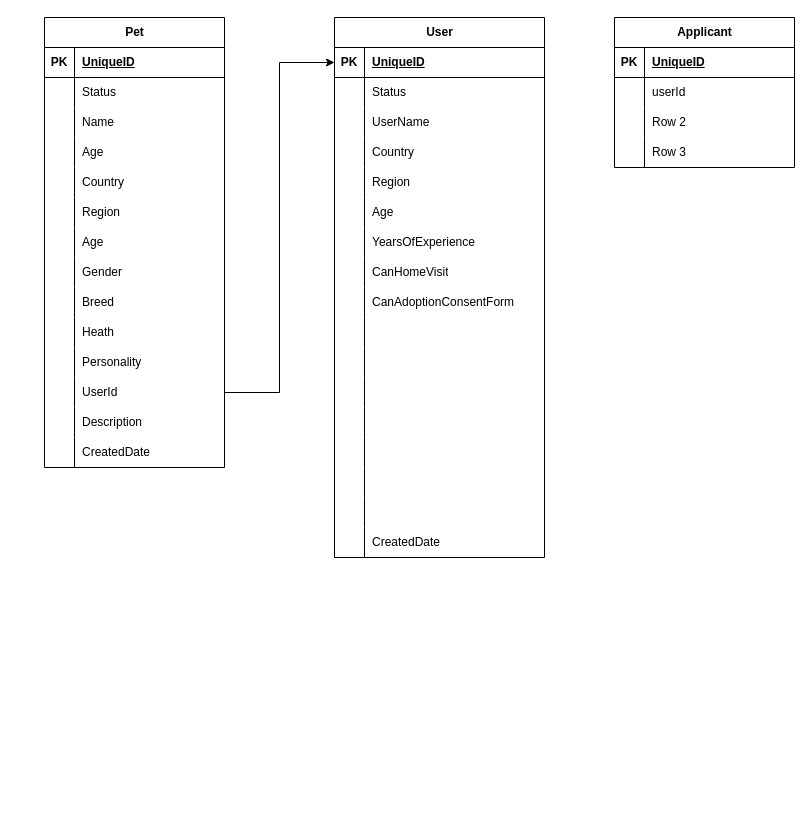
The draw.io diagram page "DB" (8 of 8) of MyApps/PetAdotion.drawio in vinceliao99/MyDiagrams, before the edit. Source tidied: cells renumbered, new cells numbered last; positions are measured from the earlier drawing's top-left corner, leaving out a move shared by most shapes. Both pictures are drawn from the tidied source at 100%, with x=0, y=0 at pixel (44, 17).
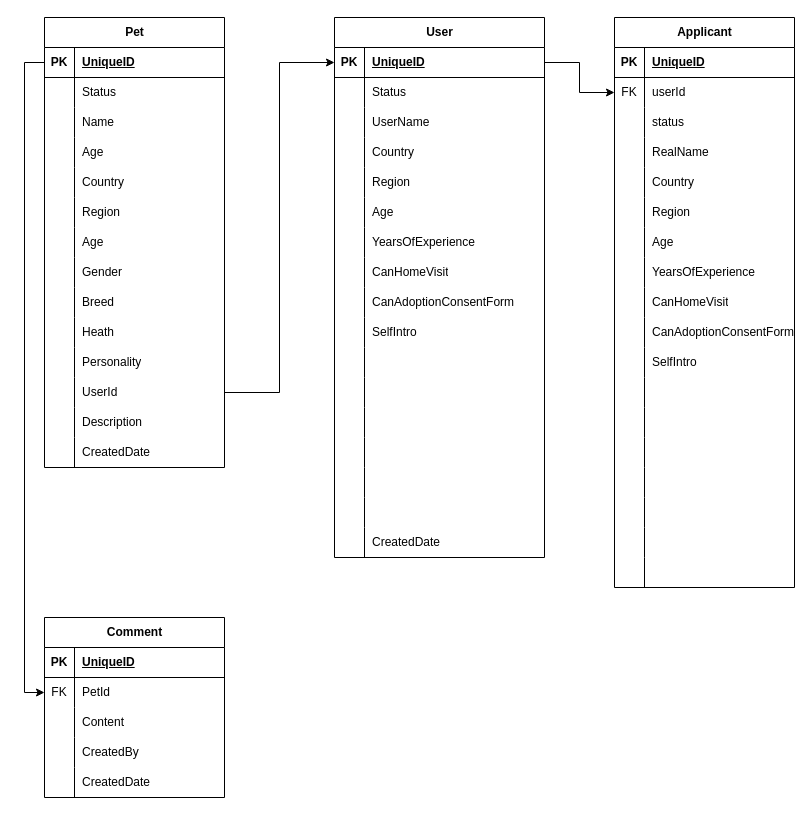
The same page after the edit.

The change refers to these unchanged cells:
```xml
<mxCell id="3" style="shape=tableRow;horizontal=0;startSize=0;swimlaneHead=0;swimlaneBody=0;fillColor=none;points=[[0,0.5],[1,0.5]];portConstraint=eastwest;top=0;left=0;right=0;bottom=1;" parent="2" vertex="1">
  <mxGeometry y="30" width="210" height="30" as="geometry" />
</mxCell>
<mxCell id="30" style="shape=tableRow;horizontal=0;startSize=0;swimlaneHead=0;swimlaneBody=0;fillColor=none;top=0;left=0;right=0;bottom=0;" parent="2" vertex="1">
  <mxGeometry y="300" width="210" height="30" as="geometry" />
</mxCell>
<mxCell id="59" style="shape=tableRow;horizontal=0;startSize=0;swimlaneHead=0;swimlaneBody=0;fillColor=none;points=[[0,0.5],[1,0.5]];portConstraint=eastwest;top=0;left=0;right=0;bottom=0;" parent="55" vertex="1">
  <mxGeometry y="60" width="180" height="30" as="geometry" />
</mxCell>
<mxCell id="69" style="shape=tableRow;horizontal=0;startSize=0;swimlaneHead=0;swimlaneBody=0;fillColor=none;points=[[0,0.5],[1,0.5]];portConstraint=eastwest;top=0;left=0;right=0;bottom=1;" parent="68" vertex="1">
  <mxGeometry y="30" width="180" height="30" as="geometry" />
</mxCell>
```

Diff of the diagram source:
```diff
@@
-    <mxCell id="32" style="shape=partialRectangle;fillColor=none;top=0;left=0;bottom=0;right=0;align=left;spacingLeft=6;overflow=hidden;whiteSpace=wrap;html=1;" parent="30" vertex="1">
+    <mxCell id="32" value="SelfIntro" style="shape=partialRectangle;fillColor=none;top=0;left=0;bottom=0;right=0;align=left;spacingLeft=6;overflow=hidden;whiteSpace=wrap;html=1;" parent="30" vertex="1">
       <mxGeometry x="30" width="180" height="30" as="geometry" />
     </mxCell>
@@
     <mxCell id="55" value="Applicant" style="shape=table;startSize=30;childLayout=tableLayout;rowLines=0;fontStyle=1;align=center;html=1;" parent="1" vertex="1">
-      <mxGeometry x="570" width="180" height="150" as="geometry" />
+      <mxGeometry x="570" width="180" height="570" as="geometry" />
     </mxCell>
@@
-    <mxCell id="60" style="shape=partialRectangle;fillColor=none;top=0;left=0;bottom=0;right=0;overflow=hidden;whiteSpace=wrap;html=1;" parent="59" vertex="1">
+    <mxCell id="60" value="FK" style="shape=partialRectangle;fillColor=none;top=0;left=0;bottom=0;right=0;overflow=hidden;whiteSpace=wrap;html=1;" parent="59" vertex="1">
       <mxGeometry width="30" height="30" as="geometry" />
     </mxCell>
@@
+    <mxCell id="111" style="shape=tableRow;horizontal=0;startSize=0;swimlaneHead=0;swimlaneBody=0;fillColor=none;top=0;left=0;right=0;bottom=0;" parent="55" vertex="1">
+      <mxGeometry y="90" width="180" height="30" as="geometry" />
+    </mxCell>
+    <mxCell id="112" style="shape=partialRectangle;fillColor=none;top=0;left=0;bottom=0;right=0;overflow=hidden;whiteSpace=wrap;html=1;" parent="111" vertex="1">
+      <mxGeometry width="30" height="30" as="geometry" />
+    </mxCell>
+    <mxCell id="113" value="status" style="shape=partialRectangle;fillColor=none;top=0;left=0;bottom=0;right=0;align=left;spacingLeft=6;overflow=hidden;whiteSpace=wrap;html=1;" parent="111" vertex="1">
+      <mxGeometry x="30" width="150" height="30" as="geometry" />
+    </mxCell>
     <mxCell id="62" style="shape=tableRow;horizontal=0;startSize=0;swimlaneHead=0;swimlaneBody=0;fillColor=none;top=0;left=0;right=0;bottom=0;" parent="55" vertex="1">
-      <mxGeometry y="90" width="180" height="30" as="geometry" />
+      <mxGeometry y="120" width="180" height="30" as="geometry" />
     </mxCell>
@@
-    <mxCell id="64" value="Row 2" style="shape=partialRectangle;fillColor=none;top=0;left=0;bottom=0;right=0;align=left;spacingLeft=6;overflow=hidden;whiteSpace=wrap;html=1;" parent="62" vertex="1">
+    <mxCell id="64" value="RealName" style="shape=partialRectangle;fillColor=none;top=0;left=0;bottom=0;right=0;align=left;spacingLeft=6;overflow=hidden;whiteSpace=wrap;html=1;" parent="62" vertex="1">
       <mxGeometry x="30" width="150" height="30" as="geometry" />
     </mxCell>
     <mxCell id="65" style="shape=tableRow;horizontal=0;startSize=0;swimlaneHead=0;swimlaneBody=0;fillColor=none;top=0;left=0;right=0;bottom=0;" parent="55" vertex="1">
-      <mxGeometry y="120" width="180" height="30" as="geometry" />
+      <mxGeometry y="150" width="180" height="30" as="geometry" />
     </mxCell>
@@
-    <mxCell id="67" value="Row 3" style="shape=partialRectangle;fillColor=none;top=0;left=0;bottom=0;right=0;align=left;spacingLeft=6;overflow=hidden;whiteSpace=wrap;html=1;" parent="65" vertex="1">
+    <mxCell id="67" value="Country" style="shape=partialRectangle;fillColor=none;top=0;left=0;bottom=0;right=0;align=left;spacingLeft=6;overflow=hidden;whiteSpace=wrap;html=1;" parent="65" vertex="1">
       <mxGeometry x="30" width="150" height="30" as="geometry" />
     </mxCell>
+    <mxCell id="114" style="shape=tableRow;horizontal=0;startSize=0;swimlaneHead=0;swimlaneBody=0;fillColor=none;top=0;left=0;right=0;bottom=0;" parent="55" vertex="1">
+      <mxGeometry y="180" width="180" height="30" as="geometry" />
+    </mxCell>
+    <mxCell id="115" style="shape=partialRectangle;fillColor=none;top=0;left=0;bottom=0;right=0;overflow=hidden;whiteSpace=wrap;html=1;" parent="114" vertex="1">
+      <mxGeometry width="30" height="30" as="geometry" />
+    </mxCell>
+    <mxCell id="116" value="Region" style="shape=partialRectangle;fillColor=none;top=0;left=0;bottom=0;right=0;align=left;spacingLeft=6;overflow=hidden;whiteSpace=wrap;html=1;" parent="114" vertex="1">
+      <mxGeometry x="30" width="150" height="30" as="geometry" />
+    </mxCell>
+    <mxCell id="117" style="shape=tableRow;horizontal=0;startSize=0;swimlaneHead=0;swimlaneBody=0;fillColor=none;top=0;left=0;right=0;bottom=0;" parent="55" vertex="1">
+      <mxGeometry y="210" width="180" height="30" as="geometry" />
+    </mxCell>
+    <mxCell id="118" style="shape=partialRectangle;fillColor=none;top=0;left=0;bottom=0;right=0;overflow=hidden;whiteSpace=wrap;html=1;" parent="117" vertex="1">
+      <mxGeometry width="30" height="30" as="geometry" />
+    </mxCell>
+    <mxCell id="119" value="Age" style="shape=partialRectangle;fillColor=none;top=0;left=0;bottom=0;right=0;align=left;spacingLeft=6;overflow=hidden;whiteSpace=wrap;html=1;" parent="117" vertex="1">
+      <mxGeometry x="30" width="150" height="30" as="geometry" />
+    </mxCell>
+    <mxCell id="120" style="shape=tableRow;horizontal=0;startSize=0;swimlaneHead=0;swimlaneBody=0;fillColor=none;top=0;left=0;right=0;bottom=0;" parent="55" vertex="1">
+      <mxGeometry y="240" width="180" height="30" as="geometry" />
+    </mxCell>
+    <mxCell id="121" style="shape=partialRectangle;fillColor=none;top=0;left=0;bottom=0;right=0;overflow=hidden;whiteSpace=wrap;html=1;" parent="120" vertex="1">
+      <mxGeometry width="30" height="30" as="geometry" />
+    </mxCell>
+    <mxCell id="122" value="YearsOfExperience" style="shape=partialRectangle;fillColor=none;top=0;left=0;bottom=0;right=0;align=left;spacingLeft=6;overflow=hidden;whiteSpace=wrap;html=1;" parent="120" vertex="1">
+      <mxGeometry x="30" width="150" height="30" as="geometry" />
+    </mxCell>
+    <mxCell id="123" style="shape=tableRow;horizontal=0;startSize=0;swimlaneHead=0;swimlaneBody=0;fillColor=none;top=0;left=0;right=0;bottom=0;" parent="55" vertex="1">
+      <mxGeometry y="270" width="180" height="30" as="geometry" />
+    </mxCell>
+    <mxCell id="124" style="shape=partialRectangle;fillColor=none;top=0;left=0;bottom=0;right=0;overflow=hidden;whiteSpace=wrap;html=1;" parent="123" vertex="1">
+      <mxGeometry width="30" height="30" as="geometry" />
+    </mxCell>
+    <mxCell id="125" value="CanHomeVisit" style="shape=partialRectangle;fillColor=none;top=0;left=0;bottom=0;right=0;align=left;spacingLeft=6;overflow=hidden;whiteSpace=wrap;html=1;" parent="123" vertex="1">
+      <mxGeometry x="30" width="150" height="30" as="geometry" />
+    </mxCell>
+    <mxCell id="126" style="shape=tableRow;horizontal=0;startSize=0;swimlaneHead=0;swimlaneBody=0;fillColor=none;top=0;left=0;right=0;bottom=0;" parent="55" vertex="1">
+      <mxGeometry y="300" width="180" height="30" as="geometry" />
+    </mxCell>
+    <mxCell id="127" style="shape=partialRectangle;fillColor=none;top=0;left=0;bottom=0;right=0;overflow=hidden;whiteSpace=wrap;html=1;" parent="126" vertex="1">
+      <mxGeometry width="30" height="30" as="geometry" />
+    </mxCell>
+    <mxCell id="128" value="CanAdoptionConsentForm" style="shape=partialRectangle;fillColor=none;top=0;left=0;bottom=0;right=0;align=left;spacingLeft=6;overflow=hidden;whiteSpace=wrap;html=1;" parent="126" vertex="1">
+      <mxGeometry x="30" width="150" height="30" as="geometry" />
+    </mxCell>
+    <mxCell id="129" style="shape=tableRow;horizontal=0;startSize=0;swimlaneHead=0;swimlaneBody=0;fillColor=none;top=0;left=0;right=0;bottom=0;" parent="55" vertex="1">
+      <mxGeometry y="330" width="180" height="30" as="geometry" />
+    </mxCell>
+    <mxCell id="130" style="shape=partialRectangle;fillColor=none;top=0;left=0;bottom=0;right=0;overflow=hidden;whiteSpace=wrap;html=1;" parent="129" vertex="1">
+      <mxGeometry width="30" height="30" as="geometry" />
+    </mxCell>
+    <mxCell id="131" value="SelfIntro" style="shape=partialRectangle;fillColor=none;top=0;left=0;bottom=0;right=0;align=left;spacingLeft=6;overflow=hidden;whiteSpace=wrap;html=1;" parent="129" vertex="1">
+      <mxGeometry x="30" width="150" height="30" as="geometry" />
+    </mxCell>
+    <mxCell id="132" style="shape=tableRow;horizontal=0;startSize=0;swimlaneHead=0;swimlaneBody=0;fillColor=none;top=0;left=0;right=0;bottom=0;" parent="55" vertex="1">
+      <mxGeometry y="360" width="180" height="30" as="geometry" />
+    </mxCell>
+    <mxCell id="133" style="shape=partialRectangle;fillColor=none;top=0;left=0;bottom=0;right=0;overflow=hidden;whiteSpace=wrap;html=1;" parent="132" vertex="1">
+      <mxGeometry width="30" height="30" as="geometry" />
+    </mxCell>
+    <mxCell id="134" style="shape=partialRectangle;fillColor=none;top=0;left=0;bottom=0;right=0;align=left;spacingLeft=6;overflow=hidden;whiteSpace=wrap;html=1;" parent="132" vertex="1">
+      <mxGeometry x="30" width="150" height="30" as="geometry" />
+    </mxCell>
+    <mxCell id="135" style="shape=tableRow;horizontal=0;startSize=0;swimlaneHead=0;swimlaneBody=0;fillColor=none;top=0;left=0;right=0;bottom=0;" parent="55" vertex="1">
+      <mxGeometry y="390" width="180" height="30" as="geometry" />
+    </mxCell>
+    <mxCell id="136" style="shape=partialRectangle;fillColor=none;top=0;left=0;bottom=0;right=0;overflow=hidden;whiteSpace=wrap;html=1;" parent="135" vertex="1">
+      <mxGeometry width="30" height="30" as="geometry" />
+    </mxCell>
+    <mxCell id="137" style="shape=partialRectangle;fillColor=none;top=0;left=0;bottom=0;right=0;align=left;spacingLeft=6;overflow=hidden;whiteSpace=wrap;html=1;" parent="135" vertex="1">
+      <mxGeometry x="30" width="150" height="30" as="geometry" />
+    </mxCell>
+    <mxCell id="138" style="shape=tableRow;horizontal=0;startSize=0;swimlaneHead=0;swimlaneBody=0;fillColor=none;top=0;left=0;right=0;bottom=0;" parent="55" vertex="1">
+      <mxGeometry y="420" width="180" height="30" as="geometry" />
+    </mxCell>
+    <mxCell id="139" style="shape=partialRectangle;fillColor=none;top=0;left=0;bottom=0;right=0;overflow=hidden;whiteSpace=wrap;html=1;" parent="138" vertex="1">
+      <mxGeometry width="30" height="30" as="geometry" />
+    </mxCell>
+    <mxCell id="140" style="shape=partialRectangle;fillColor=none;top=0;left=0;bottom=0;right=0;align=left;spacingLeft=6;overflow=hidden;whiteSpace=wrap;html=1;" parent="138" vertex="1">
+      <mxGeometry x="30" width="150" height="30" as="geometry" />
+    </mxCell>
+    <mxCell id="141" style="shape=tableRow;horizontal=0;startSize=0;swimlaneHead=0;swimlaneBody=0;fillColor=none;top=0;left=0;right=0;bottom=0;" parent="55" vertex="1">
+      <mxGeometry y="450" width="180" height="30" as="geometry" />
+    </mxCell>
+    <mxCell id="142" style="shape=partialRectangle;fillColor=none;top=0;left=0;bottom=0;right=0;overflow=hidden;whiteSpace=wrap;html=1;" parent="141" vertex="1">
+      <mxGeometry width="30" height="30" as="geometry" />
+    </mxCell>
+    <mxCell id="143" style="shape=partialRectangle;fillColor=none;top=0;left=0;bottom=0;right=0;align=left;spacingLeft=6;overflow=hidden;whiteSpace=wrap;html=1;" parent="141" vertex="1">
+      <mxGeometry x="30" width="150" height="30" as="geometry" />
+    </mxCell>
+    <mxCell id="144" style="shape=tableRow;horizontal=0;startSize=0;swimlaneHead=0;swimlaneBody=0;fillColor=none;top=0;left=0;right=0;bottom=0;" parent="55" vertex="1">
+      <mxGeometry y="480" width="180" height="30" as="geometry" />
+    </mxCell>
+    <mxCell id="145" style="shape=partialRectangle;fillColor=none;top=0;left=0;bottom=0;right=0;overflow=hidden;whiteSpace=wrap;html=1;" parent="144" vertex="1">
+      <mxGeometry width="30" height="30" as="geometry" />
+    </mxCell>
+    <mxCell id="146" style="shape=partialRectangle;fillColor=none;top=0;left=0;bottom=0;right=0;align=left;spacingLeft=6;overflow=hidden;whiteSpace=wrap;html=1;" parent="144" vertex="1">
+      <mxGeometry x="30" width="150" height="30" as="geometry" />
+    </mxCell>
+    <mxCell id="147" style="shape=tableRow;horizontal=0;startSize=0;swimlaneHead=0;swimlaneBody=0;fillColor=none;top=0;left=0;right=0;bottom=0;" parent="55" vertex="1">
+      <mxGeometry y="510" width="180" height="30" as="geometry" />
+    </mxCell>
+    <mxCell id="148" style="shape=partialRectangle;fillColor=none;top=0;left=0;bottom=0;right=0;overflow=hidden;whiteSpace=wrap;html=1;" parent="147" vertex="1">
+      <mxGeometry width="30" height="30" as="geometry" />
+    </mxCell>
+    <mxCell id="149" style="shape=partialRectangle;fillColor=none;top=0;left=0;bottom=0;right=0;align=left;spacingLeft=6;overflow=hidden;whiteSpace=wrap;html=1;" parent="147" vertex="1">
+      <mxGeometry x="30" width="150" height="30" as="geometry" />
+    </mxCell>
+    <mxCell id="150" style="shape=tableRow;horizontal=0;startSize=0;swimlaneHead=0;swimlaneBody=0;fillColor=none;top=0;left=0;right=0;bottom=0;" parent="55" vertex="1">
+      <mxGeometry y="540" width="180" height="30" as="geometry" />
+    </mxCell>
+    <mxCell id="151" style="shape=partialRectangle;fillColor=none;top=0;left=0;bottom=0;right=0;overflow=hidden;whiteSpace=wrap;html=1;" parent="150" vertex="1">
+      <mxGeometry width="30" height="30" as="geometry" />
+    </mxCell>
+    <mxCell id="152" style="shape=partialRectangle;fillColor=none;top=0;left=0;bottom=0;right=0;align=left;spacingLeft=6;overflow=hidden;whiteSpace=wrap;html=1;" parent="150" vertex="1">
+      <mxGeometry x="30" width="150" height="30" as="geometry" />
+    </mxCell>
@@
+    <mxCell id="153" style="edgeStyle=orthogonalEdgeStyle;rounded=0;jettySize=auto;html=1;exitX=1;exitY=0.5;exitDx=0;exitDy=0;" parent="1" edge="1" source="3" target="59">
+      <mxGeometry relative="1" as="geometry" />
+    </mxCell>
+    <mxCell id="154" value="Comment" style="shape=table;startSize=30;childLayout=tableLayout;rowLines=0;fontStyle=1;align=center;html=1;" parent="1" vertex="1">
+      <mxGeometry y="600" width="180" height="180" as="geometry" />
+    </mxCell>
+    <mxCell id="155" style="shape=tableRow;horizontal=0;startSize=0;swimlaneHead=0;swimlaneBody=0;fillColor=none;top=0;left=0;right=0;bottom=1;" parent="154" vertex="1">
+      <mxGeometry y="30" width="180" height="30" as="geometry" />
+    </mxCell>
+    <mxCell id="156" value="PK" style="shape=partialRectangle;fillColor=none;top=0;left=0;bottom=0;right=0;fontStyle=1;overflow=hidden;whiteSpace=wrap;html=1;" parent="155" vertex="1">
+      <mxGeometry width="30" height="30" as="geometry" />
+    </mxCell>
+    <mxCell id="157" value="UniqueID" style="shape=partialRectangle;fillColor=none;top=0;left=0;bottom=0;right=0;align=left;spacingLeft=6;fontStyle=5;overflow=hidden;whiteSpace=wrap;html=1;" parent="155" vertex="1">
+      <mxGeometry x="30" width="150" height="30" as="geometry" />
+    </mxCell>
+    <mxCell id="158" style="shape=tableRow;horizontal=0;startSize=0;swimlaneHead=0;swimlaneBody=0;fillColor=none;points=[[0,0.5],[1,0.5]];portConstraint=eastwest;top=0;left=0;right=0;bottom=0;" parent="154" vertex="1">
+      <mxGeometry y="60" width="180" height="30" as="geometry" />
+    </mxCell>
+    <mxCell id="159" value="FK" style="shape=partialRectangle;fillColor=none;top=0;left=0;bottom=0;right=0;overflow=hidden;whiteSpace=wrap;html=1;" parent="158" vertex="1">
+      <mxGeometry width="30" height="30" as="geometry" />
+    </mxCell>
+    <mxCell id="160" value="PetId" style="shape=partialRectangle;fillColor=none;top=0;left=0;bottom=0;right=0;align=left;spacingLeft=6;overflow=hidden;whiteSpace=wrap;html=1;" parent="158" vertex="1">
+      <mxGeometry x="30" width="150" height="30" as="geometry" />
+    </mxCell>
+    <mxCell id="161" style="shape=tableRow;horizontal=0;startSize=0;swimlaneHead=0;swimlaneBody=0;fillColor=none;top=0;left=0;right=0;bottom=0;" parent="154" vertex="1">
+      <mxGeometry y="90" width="180" height="30" as="geometry" />
+    </mxCell>
+    <mxCell id="162" style="shape=partialRectangle;fillColor=none;top=0;left=0;bottom=0;right=0;overflow=hidden;whiteSpace=wrap;html=1;" parent="161" vertex="1">
+      <mxGeometry width="30" height="30" as="geometry" />
+    </mxCell>
+    <mxCell id="163" value="Content" style="shape=partialRectangle;fillColor=none;top=0;left=0;bottom=0;right=0;align=left;spacingLeft=6;overflow=hidden;whiteSpace=wrap;html=1;" parent="161" vertex="1">
+      <mxGeometry x="30" width="150" height="30" as="geometry" />
+    </mxCell>
+    <mxCell id="164" style="shape=tableRow;horizontal=0;startSize=0;swimlaneHead=0;swimlaneBody=0;fillColor=none;top=0;left=0;right=0;bottom=0;" parent="154" vertex="1">
+      <mxGeometry y="120" width="180" height="30" as="geometry" />
+    </mxCell>
+    <mxCell id="165" style="shape=partialRectangle;fillColor=none;top=0;left=0;bottom=0;right=0;overflow=hidden;whiteSpace=wrap;html=1;" parent="164" vertex="1">
+      <mxGeometry width="30" height="30" as="geometry" />
+    </mxCell>
+    <mxCell id="166" value="CreatedBy" style="shape=partialRectangle;fillColor=none;top=0;left=0;bottom=0;right=0;align=left;spacingLeft=6;overflow=hidden;whiteSpace=wrap;html=1;" parent="164" vertex="1">
+      <mxGeometry x="30" width="150" height="30" as="geometry" />
+    </mxCell>
+    <mxCell id="167" style="shape=tableRow;horizontal=0;startSize=0;swimlaneHead=0;swimlaneBody=0;fillColor=none;top=0;left=0;right=0;bottom=0;" parent="154" vertex="1">
+      <mxGeometry y="150" width="180" height="30" as="geometry" />
+    </mxCell>
+    <mxCell id="168" style="shape=partialRectangle;fillColor=none;top=0;left=0;bottom=0;right=0;overflow=hidden;whiteSpace=wrap;html=1;" parent="167" vertex="1">
+      <mxGeometry width="30" height="30" as="geometry" />
+    </mxCell>
+    <mxCell id="169" value="CreatedDate" style="shape=partialRectangle;fillColor=none;top=0;left=0;bottom=0;right=0;align=left;spacingLeft=6;overflow=hidden;whiteSpace=wrap;html=1;" parent="167" vertex="1">
+      <mxGeometry x="30" width="150" height="30" as="geometry" />
+    </mxCell>
+    <mxCell id="170" style="edgeStyle=orthogonalEdgeStyle;rounded=0;jettySize=auto;html=1;entryX=0;entryY=0.5;entryDx=0;entryDy=0;" parent="1" edge="1" source="69" target="158">
+      <mxGeometry relative="1" as="geometry" />
+    </mxCell>
```
